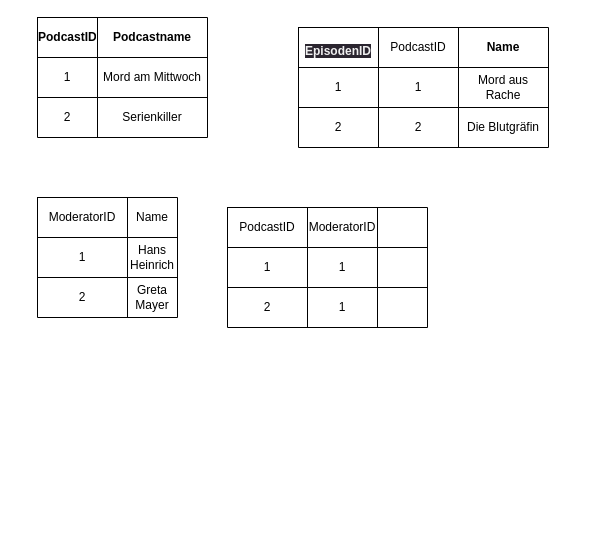
Before: page "Page-1" (1 of 2) of 2023_2024/podcast/demo.drawio in Gymnasium-Lerchenfeld/Wp10_WebSites, a draw.io diagram. Source tidied: cells renumbered, new cells numbered last; positions are measured from the earlier drawing's top-left corner, leaving out a move shared by most shapes. Both pictures are drawn from the tidied source at 100%, with x=0, y=0 at pixel (37, 17).
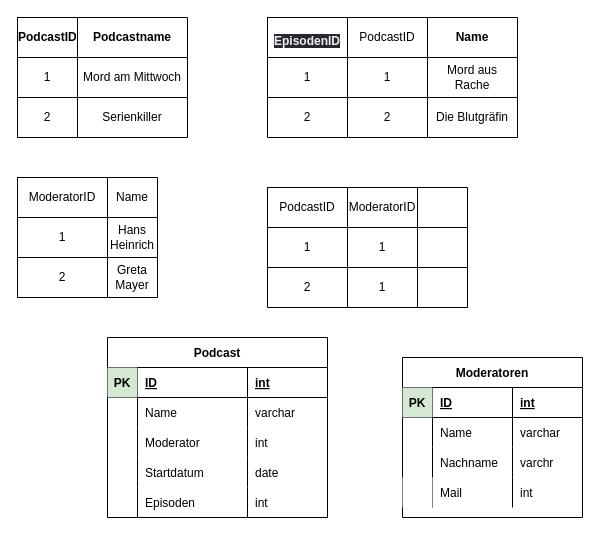
After the change.

The edit, as a diff of the source:
```diff
@@
     <mxCell id="2" style="shape=table;startSize=0;childLayout=tableLayout;" parent="1" vertex="1">
-      <mxGeometry width="170" height="120" as="geometry" />
+      <mxGeometry x="-20" width="170" height="120" as="geometry" />
     </mxCell>
@@
     <mxCell id="12" style="shape=table;startSize=0;childLayout=tableLayout;" parent="1" vertex="1">
-      <mxGeometry x="261" y="10" width="250" height="120" as="geometry" />
+      <mxGeometry x="230" width="250" height="120" as="geometry" />
     </mxCell>
@@
     <mxCell id="25" style="shape=table;startSize=0;childLayout=tableLayout;" parent="1" vertex="1">
-      <mxGeometry x="190" y="190" width="200" height="120" as="geometry" />
+      <mxGeometry x="230" y="170" width="200" height="120" as="geometry" />
     </mxCell>
@@
     <mxCell id="38" style="shape=table;startSize=0;childLayout=tableLayout;" parent="1" vertex="1">
-      <mxGeometry y="180" width="140" height="120" as="geometry" />
+      <mxGeometry x="-20" y="160" width="140" height="120" as="geometry" />
     </mxCell>
@@
+    <mxCell id="48" value="Podcast" style="shape=table;startSize=30;childLayout=tableLayout;rowLines=0;fontStyle=1;align=center;" parent="1" vertex="1">
+      <mxGeometry x="70" y="320" width="220" height="180" as="geometry" />
+    </mxCell>
+    <mxCell id="49" style="shape=partialRectangle;fillColor=none;top=0;left=0;bottom=1;right=0;labelBackgroundColor=#E6FFCC;" parent="48" vertex="1">
+      <mxGeometry y="30" width="220" height="30" as="geometry" />
+    </mxCell>
+    <mxCell id="50" value="PK" style="shape=partialRectangle;fillColor=#d5e8d4;top=0;left=0;bottom=0;right=0;fontStyle=1;overflow=hidden;strokeColor=#82b366;" parent="49" vertex="1">
+      <mxGeometry width="30" height="30" as="geometry" />
+    </mxCell>
+    <mxCell id="51" value="ID" style="shape=partialRectangle;fillColor=none;top=0;left=0;bottom=0;right=0;align=left;spacingLeft=6;fontStyle=5;overflow=hidden;" parent="49" vertex="1">
+      <mxGeometry x="30" width="110" height="30" as="geometry" />
+    </mxCell>
+    <mxCell id="52" value="int" style="shape=partialRectangle;fillColor=none;top=0;left=0;bottom=0;right=0;align=left;spacingLeft=6;fontStyle=5;overflow=hidden;" parent="49" vertex="1">
+      <mxGeometry x="140" width="80" height="30" as="geometry" />
+    </mxCell>
+    <mxCell id="53" style="shape=partialRectangle;fillColor=none;top=0;left=0;bottom=0;right=0;" parent="48" vertex="1">
+      <mxGeometry y="60" width="220" height="30" as="geometry" />
+    </mxCell>
+    <mxCell id="54" style="shape=partialRectangle;fillColor=none;top=0;left=0;bottom=0;right=0;overflow=hidden;" parent="53" vertex="1">
+      <mxGeometry width="30" height="30" as="geometry" />
+    </mxCell>
+    <mxCell id="55" value="Name" style="shape=partialRectangle;fillColor=none;top=0;left=0;bottom=0;right=0;align=left;spacingLeft=6;overflow=hidden;" parent="53" vertex="1">
+      <mxGeometry x="30" width="110" height="30" as="geometry" />
+    </mxCell>
+    <mxCell id="56" value="varchar" style="shape=partialRectangle;fillColor=none;top=0;left=0;bottom=0;right=0;align=left;spacingLeft=6;overflow=hidden;" parent="53" vertex="1">
+      <mxGeometry x="140" width="80" height="30" as="geometry" />
+    </mxCell>
+    <mxCell id="57" style="shape=partialRectangle;fillColor=none;top=0;left=0;bottom=0;right=0;" parent="48" vertex="1">
+      <mxGeometry y="90" width="220" height="30" as="geometry" />
+    </mxCell>
+    <mxCell id="58" style="shape=partialRectangle;fillColor=none;top=0;left=0;bottom=0;right=0;overflow=hidden;" parent="57" vertex="1">
+      <mxGeometry width="30" height="30" as="geometry" />
+    </mxCell>
+    <mxCell id="59" value="Moderator" style="shape=partialRectangle;fillColor=none;top=0;left=0;bottom=0;right=0;align=left;spacingLeft=6;overflow=hidden;" parent="57" vertex="1">
+      <mxGeometry x="30" width="110" height="30" as="geometry" />
+    </mxCell>
+    <mxCell id="60" value="int" style="shape=partialRectangle;fillColor=none;top=0;left=0;bottom=0;right=0;align=left;spacingLeft=6;overflow=hidden;" parent="57" vertex="1">
+      <mxGeometry x="140" width="80" height="30" as="geometry" />
+    </mxCell>
+    <mxCell id="61" style="shape=partialRectangle;fillColor=none;top=0;left=0;bottom=0;right=0;" parent="48" vertex="1">
+      <mxGeometry y="120" width="220" height="30" as="geometry" />
+    </mxCell>
+    <mxCell id="62" style="shape=partialRectangle;fillColor=none;top=0;left=0;bottom=0;right=0;overflow=hidden;" parent="61" vertex="1">
+      <mxGeometry width="30" height="30" as="geometry" />
+    </mxCell>
+    <mxCell id="63" value="Startdatum" style="shape=partialRectangle;fillColor=none;top=0;left=0;bottom=0;right=0;align=left;spacingLeft=6;overflow=hidden;" parent="61" vertex="1">
+      <mxGeometry x="30" width="110" height="30" as="geometry" />
+    </mxCell>
+    <mxCell id="64" value="date" style="shape=partialRectangle;fillColor=none;top=0;left=0;bottom=0;right=0;align=left;spacingLeft=6;overflow=hidden;" parent="61" vertex="1">
+      <mxGeometry x="140" width="80" height="30" as="geometry" />
+    </mxCell>
+    <mxCell id="65" style="shape=partialRectangle;fillColor=none;top=0;left=0;bottom=0;right=0;" parent="48" vertex="1">
+      <mxGeometry y="150" width="220" height="30" as="geometry" />
+    </mxCell>
+    <mxCell id="66" style="shape=partialRectangle;fillColor=none;top=0;left=0;bottom=0;right=0;overflow=hidden;" parent="65" vertex="1">
+      <mxGeometry width="30" height="30" as="geometry" />
+    </mxCell>
+    <mxCell id="67" value="Episoden" style="shape=partialRectangle;fillColor=none;top=0;left=0;bottom=0;right=0;align=left;spacingLeft=6;overflow=hidden;" parent="65" vertex="1">
+      <mxGeometry x="30" width="110" height="30" as="geometry" />
+    </mxCell>
+    <mxCell id="68" value="int" style="shape=partialRectangle;fillColor=none;top=0;left=0;bottom=0;right=0;align=left;spacingLeft=6;overflow=hidden;" parent="65" vertex="1">
+      <mxGeometry x="140" width="80" height="30" as="geometry" />
+    </mxCell>
+    <mxCell id="69" value="Moderatoren" style="shape=table;startSize=30;childLayout=tableLayout;rowLines=0;fontStyle=1;align=center;labelBackgroundColor=none;fillColor=default;" parent="1" vertex="1">
+      <mxGeometry x="365" y="340" width="180" height="160" as="geometry" />
+    </mxCell>
+    <mxCell id="70" style="shape=partialRectangle;fillColor=none;top=0;left=0;bottom=1;right=0;labelBackgroundColor=none;" parent="69" vertex="1">
+      <mxGeometry y="30" width="180" height="30" as="geometry" />
+    </mxCell>
+    <mxCell id="71" value="PK" style="shape=partialRectangle;fillColor=#d5e8d4;top=0;left=0;bottom=0;right=0;fontStyle=1;overflow=hidden;labelBackgroundColor=none;strokeColor=#82b366;" parent="70" vertex="1">
+      <mxGeometry width="30" height="30" as="geometry" />
+    </mxCell>
+    <mxCell id="72" value="ID" style="shape=partialRectangle;fillColor=none;top=0;left=0;bottom=0;right=0;align=left;spacingLeft=6;fontStyle=5;overflow=hidden;labelBackgroundColor=none;" parent="70" vertex="1">
+      <mxGeometry x="30" width="80" height="30" as="geometry" />
+    </mxCell>
+    <mxCell id="73" value="int" style="shape=partialRectangle;fillColor=none;top=0;left=0;bottom=0;right=0;align=left;spacingLeft=6;fontStyle=5;overflow=hidden;labelBackgroundColor=none;" parent="70" vertex="1">
+      <mxGeometry x="110" width="70" height="30" as="geometry" />
+    </mxCell>
+    <mxCell id="74" style="shape=partialRectangle;fillColor=none;top=0;left=0;bottom=0;right=0;labelBackgroundColor=none;" parent="69" vertex="1">
+      <mxGeometry y="60" width="180" height="30" as="geometry" />
+    </mxCell>
+    <mxCell id="75" style="shape=partialRectangle;fillColor=none;top=0;left=0;bottom=0;right=0;overflow=hidden;labelBackgroundColor=none;" parent="74" vertex="1">
+      <mxGeometry width="30" height="30" as="geometry" />
+    </mxCell>
+    <mxCell id="76" value="Name" style="shape=partialRectangle;fillColor=none;top=0;left=0;bottom=0;right=0;align=left;spacingLeft=6;overflow=hidden;labelBackgroundColor=none;" parent="74" vertex="1">
+      <mxGeometry x="30" width="80" height="30" as="geometry" />
+    </mxCell>
+    <mxCell id="77" value="varchar" style="shape=partialRectangle;fillColor=none;top=0;left=0;bottom=0;right=0;align=left;spacingLeft=6;overflow=hidden;labelBackgroundColor=none;" parent="74" vertex="1">
+      <mxGeometry x="110" width="70" height="30" as="geometry" />
+    </mxCell>
+    <mxCell id="78" style="shape=partialRectangle;fillColor=none;top=0;left=0;bottom=0;right=0;labelBackgroundColor=none;" parent="69" vertex="1">
+      <mxGeometry y="90" width="180" height="30" as="geometry" />
+    </mxCell>
+    <mxCell id="79" style="shape=partialRectangle;fillColor=none;top=0;left=0;bottom=0;right=0;overflow=hidden;labelBackgroundColor=none;" parent="78" vertex="1">
+      <mxGeometry width="30" height="30" as="geometry" />
+    </mxCell>
+    <mxCell id="80" value="Nachname" style="shape=partialRectangle;fillColor=none;top=0;left=0;bottom=0;right=0;align=left;spacingLeft=6;overflow=hidden;labelBackgroundColor=none;" parent="78" vertex="1">
+      <mxGeometry x="30" width="80" height="30" as="geometry" />
+    </mxCell>
+    <mxCell id="81" value="varchr" style="shape=partialRectangle;fillColor=none;top=0;left=0;bottom=0;right=0;align=left;spacingLeft=6;overflow=hidden;labelBackgroundColor=none;" parent="78" vertex="1">
+      <mxGeometry x="110" width="70" height="30" as="geometry" />
+    </mxCell>
+    <mxCell id="82" style="shape=partialRectangle;fillColor=none;top=0;left=0;bottom=0;right=0;labelBackgroundColor=none;" parent="69" vertex="1">
+      <mxGeometry y="120" width="180" height="30" as="geometry" />
+    </mxCell>
+    <mxCell id="83" style="shape=partialRectangle;top=0;left=0;bottom=0;right=0;overflow=hidden;labelBackgroundColor=none;" parent="82" vertex="1">
+      <mxGeometry width="30" height="30" as="geometry" />
+    </mxCell>
+    <mxCell id="84" value="Mail" style="shape=partialRectangle;fillColor=none;top=0;left=0;bottom=0;right=0;align=left;spacingLeft=6;overflow=hidden;labelBackgroundColor=none;" parent="82" vertex="1">
+      <mxGeometry x="30" width="80" height="30" as="geometry" />
+    </mxCell>
+    <mxCell id="85" value="int" style="shape=partialRectangle;fillColor=none;top=0;left=0;bottom=0;right=0;align=left;spacingLeft=6;overflow=hidden;labelBackgroundColor=none;" parent="82" vertex="1">
+      <mxGeometry x="110" width="70" height="30" as="geometry" />
+    </mxCell>
```
